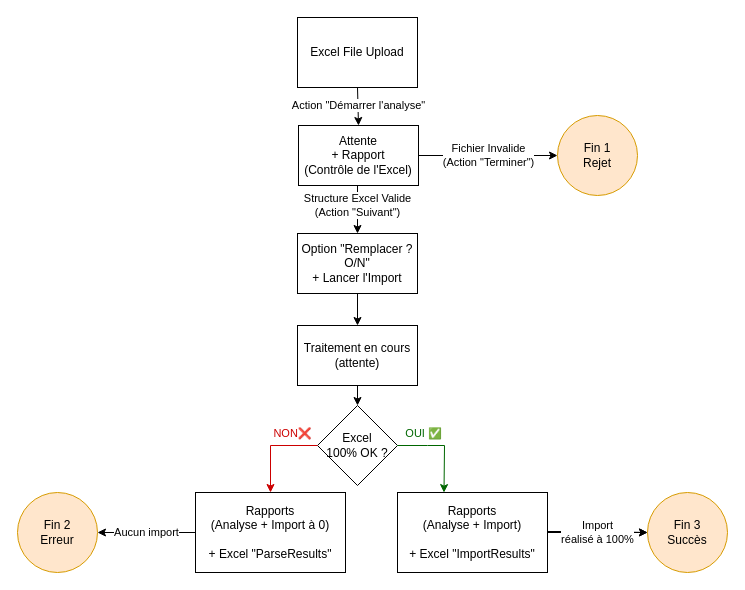
The draw.io diagram Spécifications/Import Excel - Diagram d'enchaînement des écrans.drawio in xarich/XRIPersonalWiki, before the edit. Source tidied: cells renumbered, new cells numbered last; positions are measured from the earlier drawing's top-left corner, leaving out a move shared by most shapes. Both pictures are drawn from the tidied source at 100%, with x=0, y=0 at pixel (17, 17).
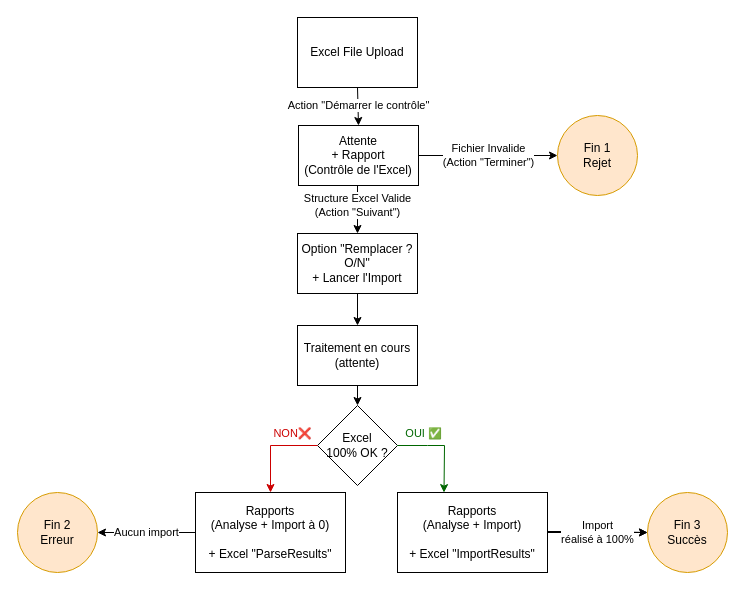
After the change.

Commit message:
Action "Contrôle" - Import Excel - Diagram d'enchaînement des écrans.drawio

The change refers to these unchanged cells:
```xml
<mxCell id="3" value="Attente&lt;br&gt;+ Rapport&lt;br&gt;(Contrôle de l'Excel)" style="rounded=0;whiteSpace=wrap;html=1;" parent="1" vertex="1">
  <mxGeometry x="281" y="108" width="120" height="60" as="geometry" />
</mxCell>
```

Change to the diagram source:
```diff
@@
-    <mxCell id="25" value="&lt;span style=&quot;font-family: &amp;#34;helvetica&amp;#34;&quot;&gt;Action &quot;Démarrer l'analyse&quot;&lt;/span&gt;" style="endArrow=classic;html=1;rounded=0;entryX=0.5;entryY=0;entryDx=0;entryDy=0;" parent="1" edge="1" target="3">
+    <mxCell id="25" value="&lt;span style=&quot;font-family: &amp;#34;helvetica&amp;#34;&quot;&gt;Action &quot;Démarrer le contrôle&quot;&lt;/span&gt;" style="endArrow=classic;html=1;rounded=0;entryX=0.5;entryY=0;entryDx=0;entryDy=0;" parent="1" edge="1" target="3">
       <mxGeometry x="-0.05" y="1" relative="1" as="geometry">
         <mxPoint x="340" y="70" as="sourcePoint" />
       </mxGeometry>
     </mxCell>
```
